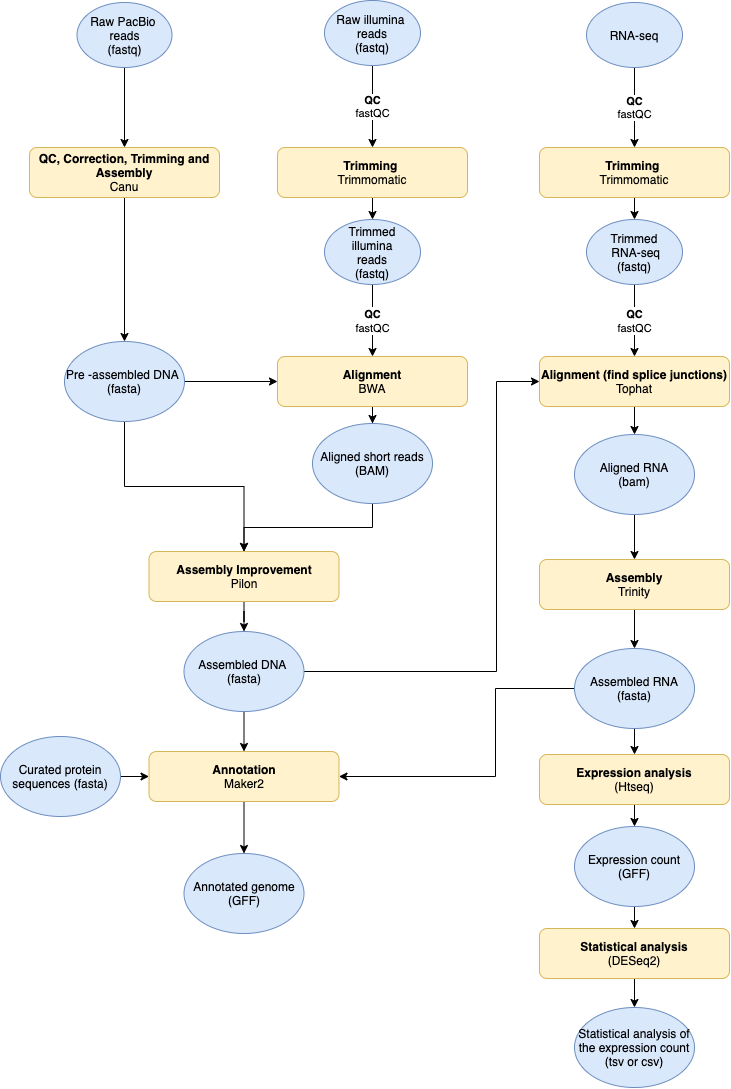
The draw.io diagram images/Project_plan.png in erik-burger/erik_burger_genome_analysis, before a commit. Source tidied: cells renumbered, new cells last; positions are measured from the earlier drawing's top-left corner, leaving out a move shared by most shapes.
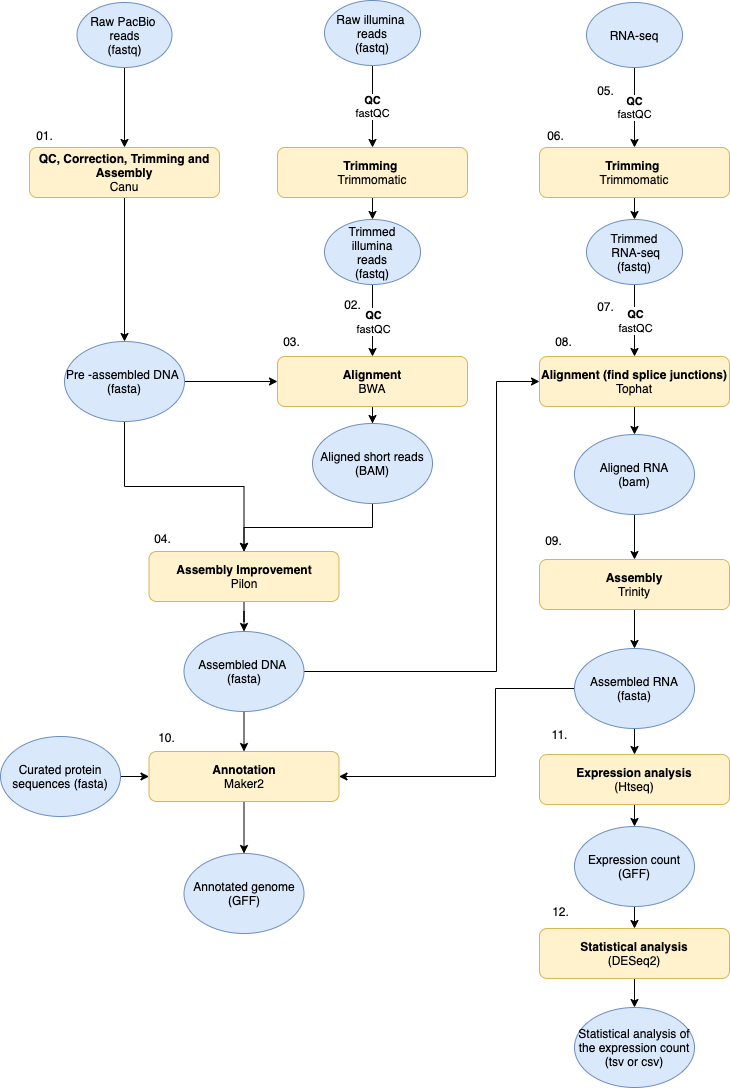
The same file after the commit.

Change to the diagram source:
```diff
@@ -175,5 +175,41 @@
     <mxCell id="54" value="Statistical analysis of the expression count&lt;br&gt;(tsv or csv)" style="ellipse;whiteSpace=wrap;html=1;fillColor=#dae8fc;strokeColor=#6c8ebf;" parent="1" vertex="1">
       <mxGeometry x="574" y="1007" width="120" height="80" as="geometry" />
     </mxCell>
+    <mxCell id="55" value="01." style="text;html=1;align=center;verticalAlign=middle;" parent="1" vertex="1">
+      <mxGeometry x="30" y="126" width="27" height="18" as="geometry" />
+    </mxCell>
+    <mxCell id="56" value="02." style="text;html=1;align=center;verticalAlign=middle;" parent="1" vertex="1">
+      <mxGeometry x="338.5" y="295" width="27" height="18" as="geometry" />
+    </mxCell>
+    <mxCell id="57" value="03." style="text;html=1;align=center;verticalAlign=middle;" parent="1" vertex="1">
+      <mxGeometry x="277" y="332" width="27" height="18" as="geometry" />
+    </mxCell>
+    <mxCell id="58" value="04." style="text;html=1;align=center;verticalAlign=middle;" parent="1" vertex="1">
+      <mxGeometry x="148.5" y="529" width="27" height="18" as="geometry" />
+    </mxCell>
+    <mxCell id="59" value="05." style="text;html=1;align=center;verticalAlign=middle;" parent="1" vertex="1">
+      <mxGeometry x="591" y="81" width="27" height="18" as="geometry" />
+    </mxCell>
+    <mxCell id="60" value="06." style="text;html=1;align=center;verticalAlign=middle;" parent="1" vertex="1">
+      <mxGeometry x="541" y="126" width="27" height="18" as="geometry" />
+    </mxCell>
+    <mxCell id="61" value="07.&lt;span style=&quot;font-family: monospace ; font-size: 0px&quot;&gt;%3CmxGraphModel%3E%3Croot%3E%3CmxCell%20id%3D%220%22%2F%3E%3CmxCell%20id%3D%221%22%20parent%3D%220%22%2F%3E%3CmxCell%20id%3D%222%22%20value%3D%2206.%22%20style%3D%22text%3Bhtml%3D1%3Balign%3Dcenter%3BverticalAlign%3Dmiddle%3Bresizable%3D0%3Bpoints%3D%5B%5D%3Bautosize%3D1%3B%22%20vertex%3D%221%22%20parent%3D%221%22%3E%3CmxGeometry%20x%3D%22552%22%20y%3D%22144%22%20width%3D%2227%22%20height%3D%2218%22%20as%3D%22geometry%22%2F%3E%3C%2FmxCell%3E%3C%2Froot%3E%3C%2FmxGraphModel%3E&lt;/span&gt;" style="text;html=1;align=center;verticalAlign=middle;" parent="1" vertex="1">
+      <mxGeometry x="591" y="295" width="27" height="22" as="geometry" />
+    </mxCell>
+    <mxCell id="62" value="08." style="text;html=1;align=center;verticalAlign=middle;" parent="1" vertex="1">
+      <mxGeometry x="549" y="332" width="27" height="18" as="geometry" />
+    </mxCell>
+    <mxCell id="63" value="09." style="text;html=1;align=center;verticalAlign=middle;" parent="1" vertex="1">
+      <mxGeometry x="539" y="531" width="27" height="18" as="geometry" />
+    </mxCell>
+    <mxCell id="64" value="10." style="text;html=1;align=center;verticalAlign=middle;" parent="1" vertex="1">
+      <mxGeometry x="152" y="728" width="27" height="18" as="geometry" />
+    </mxCell>
+    <mxCell id="65" value="11." style="text;html=1;align=center;verticalAlign=middle;" parent="1" vertex="1">
+      <mxGeometry x="546" y="725" width="26" height="18" as="geometry" />
+    </mxCell>
+    <mxCell id="66" value="12." style="text;html=1;align=center;verticalAlign=middle;" parent="1" vertex="1">
+      <mxGeometry x="546" y="902" width="27" height="18" as="geometry" />
+    </mxCell>
   </root>
 </mxGraphModel>
```
